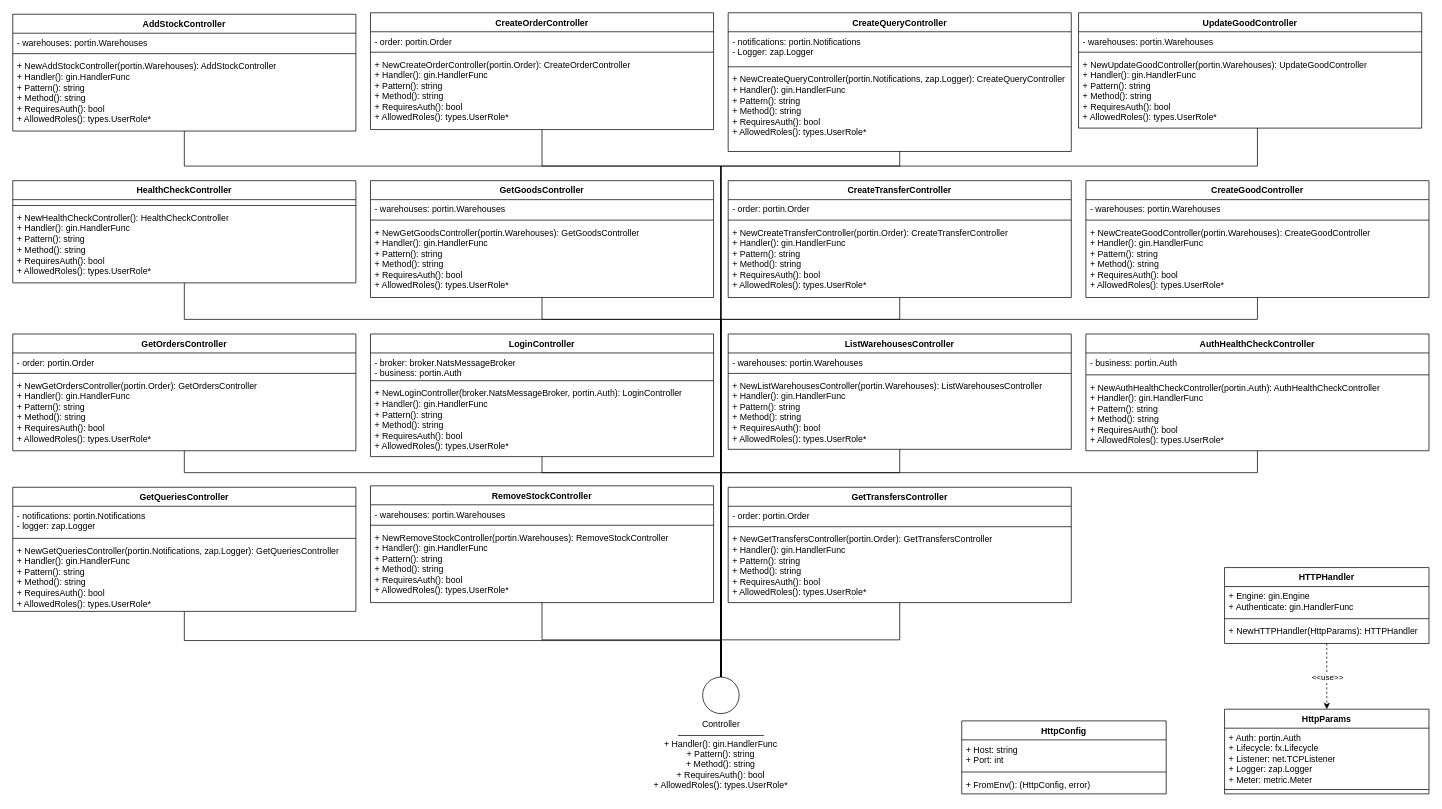
Above: page "adapterin" (3 of 4) of assets/drawio/apigateway.drawio in alimitedgroup/alimitedgroup.github.io (draw.io), before the change. Source tidied: cells renumbered, new cells numbered last; positions are measured from the earlier drawing's top-left corner, leaving out a move shared by most shapes. Both pictures are drawn from the tidied source at 73%, with x=0, y=0 at pixel (12, 12).
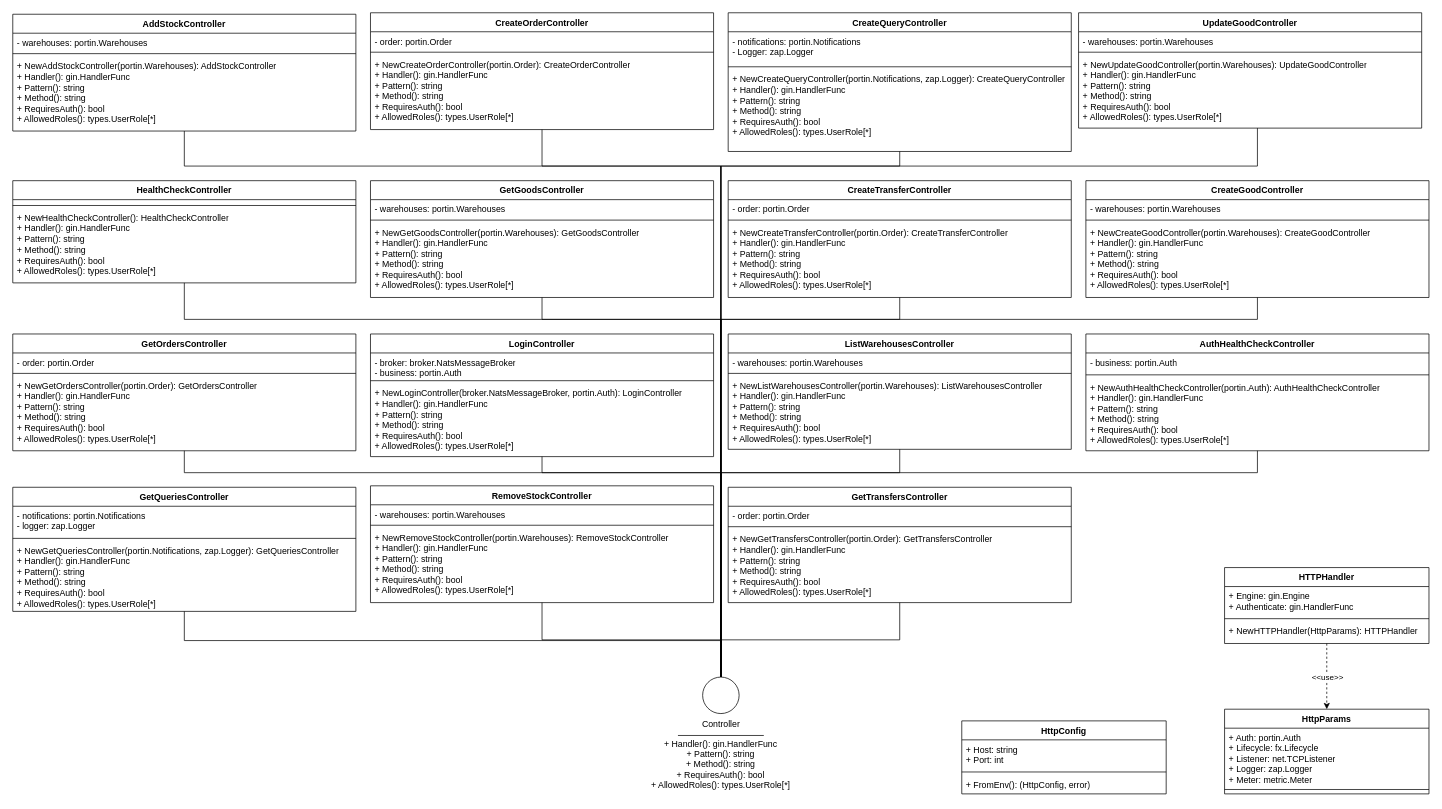
Above is the later version.

Unchanged cells that the change refers to:
```xml
<mxCell id="3" value="AddStockController" style="swimlane;fontStyle=1;align=center;verticalAlign=top;horizontal=1;startSize=26;whiteSpace=wrap;html=1;" parent="1" vertex="1">
  <mxGeometry y="2" width="470" height="160" as="geometry" />
</mxCell>
<mxCell id="8" value="CreateGoodController" style="swimlane;fontStyle=1;align=center;verticalAlign=top;horizontal=1;startSize=26;whiteSpace=wrap;html=1;" parent="1" vertex="1">
  <mxGeometry x="1470" y="230" width="470" height="160" as="geometry" />
</mxCell>
<mxCell id="13" value="CreateOrderController" style="swimlane;fontStyle=1;align=center;verticalAlign=top;horizontal=1;startSize=26;whiteSpace=wrap;html=1;" parent="1" vertex="1">
  <mxGeometry x="490" width="470" height="160" as="geometry" />
</mxCell>
<mxCell id="18" value="CreateQueryController" style="swimlane;fontStyle=1;align=center;verticalAlign=top;horizontal=1;startSize=26;whiteSpace=wrap;html=1;" parent="1" vertex="1">
  <mxGeometry x="980" width="470" height="190" as="geometry" />
</mxCell>
<mxCell id="23" value="CreateTransferController" style="swimlane;fontStyle=1;align=center;verticalAlign=top;horizontal=1;startSize=26;whiteSpace=wrap;html=1;" parent="1" vertex="1">
  <mxGeometry x="980" y="230" width="470" height="160" as="geometry" />
</mxCell>
<mxCell id="28" value="GetGoodsController" style="swimlane;fontStyle=1;align=center;verticalAlign=top;horizontal=1;startSize=26;whiteSpace=wrap;html=1;" parent="1" vertex="1">
  <mxGeometry x="490" y="230" width="470" height="160" as="geometry" />
</mxCell>
<mxCell id="33" value="HealthCheckController" style="swimlane;fontStyle=1;align=center;verticalAlign=top;horizontal=1;startSize=26;whiteSpace=wrap;html=1;" parent="1" vertex="1">
  <mxGeometry y="230" width="470" height="140" as="geometry" />
</mxCell>
<mxCell id="50" value="AuthHealthCheckController" style="swimlane;fontStyle=1;align=center;verticalAlign=top;horizontal=1;startSize=26;whiteSpace=wrap;html=1;" parent="1" vertex="1">
  <mxGeometry x="1470" y="440" width="470" height="160" as="geometry" />
</mxCell>
<mxCell id="55" value="ListWarehousesController" style="swimlane;fontStyle=1;align=center;verticalAlign=top;horizontal=1;startSize=26;whiteSpace=wrap;html=1;" parent="1" vertex="1">
  <mxGeometry x="980" y="440" width="470" height="158" as="geometry" />
</mxCell>
<mxCell id="60" value="LoginController" style="swimlane;fontStyle=1;align=center;verticalAlign=top;horizontal=1;startSize=26;whiteSpace=wrap;html=1;" parent="1" vertex="1">
  <mxGeometry x="490" y="440" width="470" height="168" as="geometry" />
</mxCell>
<mxCell id="65" value="GetOrdersController" style="swimlane;fontStyle=1;align=center;verticalAlign=top;horizontal=1;startSize=26;whiteSpace=wrap;html=1;" parent="1" vertex="1">
  <mxGeometry y="440" width="470" height="160" as="geometry" />
</mxCell>
<mxCell id="70" value="GetQueriesController" style="swimlane;fontStyle=1;align=center;verticalAlign=top;horizontal=1;startSize=26;whiteSpace=wrap;html=1;" parent="1" vertex="1">
  <mxGeometry y="650" width="470" height="170" as="geometry" />
</mxCell>
<mxCell id="75" value="RemoveStockController" style="swimlane;fontStyle=1;align=center;verticalAlign=top;horizontal=1;startSize=26;whiteSpace=wrap;html=1;" parent="1" vertex="1">
  <mxGeometry x="490" y="648" width="470" height="160" as="geometry" />
</mxCell>
<mxCell id="80" value="GetTransfersController" style="swimlane;fontStyle=1;align=center;verticalAlign=top;horizontal=1;startSize=26;whiteSpace=wrap;html=1;" parent="1" vertex="1">
  <mxGeometry x="980" y="650" width="470" height="158" as="geometry" />
</mxCell>
<mxCell id="85" value="UpdateGoodController" style="swimlane;fontStyle=1;align=center;verticalAlign=top;horizontal=1;startSize=26;whiteSpace=wrap;html=1;" parent="1" vertex="1">
  <mxGeometry x="1460" width="470" height="158" as="geometry" />
</mxCell>
```

Change to the diagram source:
```diff
@@
-    <mxCell id="6" value="+ NewAddStockController(portin.Warehouses): AddStockController&lt;br&gt;+ Handler(): gin.HandlerFunc&lt;br&gt;+ Pattern(): string&lt;br&gt;+ Method(): string&lt;br&gt;+ RequiresAuth(): bool&lt;br&gt;+ AllowedRoles(): types.UserRole*" style="text;strokeColor=none;fillColor=none;align=left;verticalAlign=top;spacingLeft=4;spacingRight=4;overflow=hidden;whiteSpace=wrap;html=1;" parent="3" vertex="1">
+    <mxCell id="6" value="+ NewAddStockController(portin.Warehouses): AddStockController&lt;br&gt;+ Handler(): gin.HandlerFunc&lt;br&gt;+ Pattern(): string&lt;br&gt;+ Method(): string&lt;br&gt;+ RequiresAuth(): bool&lt;br&gt;+ AllowedRoles(): types.UserRole[*]" style="text;strokeColor=none;fillColor=none;align=left;verticalAlign=top;spacingLeft=4;spacingRight=4;overflow=hidden;whiteSpace=wrap;html=1;" parent="3" vertex="1">
       <mxGeometry y="58" width="470" height="102" as="geometry" />
     </mxCell>
@@
-    <mxCell id="11" value="+ NewCreateGoodController(portin.Warehouses): CreateGoodController&lt;br&gt;+ Handler(): gin.HandlerFunc&lt;br&gt;+ Pattern(): string&lt;br&gt;+ Method(): string&lt;br&gt;+ RequiresAuth(): bool&lt;br&gt;+ AllowedRoles(): types.UserRole*" style="text;strokeColor=none;fillColor=none;align=left;verticalAlign=top;spacingLeft=4;spacingRight=4;overflow=hidden;whiteSpace=wrap;html=1;" parent="8" vertex="1">
+    <mxCell id="11" value="+ NewCreateGoodController(portin.Warehouses): CreateGoodController&lt;br&gt;+ Handler(): gin.HandlerFunc&lt;br&gt;+ Pattern(): string&lt;br&gt;+ Method(): string&lt;br&gt;+ RequiresAuth(): bool&lt;br&gt;+ AllowedRoles(): types.UserRole[*]" style="text;strokeColor=none;fillColor=none;align=left;verticalAlign=top;spacingLeft=4;spacingRight=4;overflow=hidden;whiteSpace=wrap;html=1;" parent="8" vertex="1">
       <mxGeometry y="58" width="470" height="102" as="geometry" />
     </mxCell>
@@
-    <mxCell id="16" value="+ NewCreateOrderController(portin.Order): CreateOrderController&lt;br&gt;+ Handler(): gin.HandlerFunc&lt;br&gt;+ Pattern(): string&lt;br&gt;+ Method(): string&lt;br&gt;+ RequiresAuth(): bool&lt;br&gt;+ AllowedRoles(): types.UserRole*" style="text;strokeColor=none;fillColor=none;align=left;verticalAlign=top;spacingLeft=4;spacingRight=4;overflow=hidden;whiteSpace=wrap;html=1;" parent="13" vertex="1">
+    <mxCell id="16" value="+ NewCreateOrderController(portin.Order): CreateOrderController&lt;br&gt;+ Handler(): gin.HandlerFunc&lt;br&gt;+ Pattern(): string&lt;br&gt;+ Method(): string&lt;br&gt;+ RequiresAuth(): bool&lt;br&gt;+ AllowedRoles(): types.UserRole[*]" style="text;strokeColor=none;fillColor=none;align=left;verticalAlign=top;spacingLeft=4;spacingRight=4;overflow=hidden;whiteSpace=wrap;html=1;" parent="13" vertex="1">
       <mxGeometry y="58" width="470" height="102" as="geometry" />
     </mxCell>
@@
-    <mxCell id="21" value="+ NewCreateQueryController(portin.Notifications, zap.Logger): CreateQueryController&lt;br&gt;+ Handler(): gin.HandlerFunc&lt;br&gt;+ Pattern(): string&lt;br&gt;+ Method(): string&lt;br&gt;+ RequiresAuth(): bool&lt;br&gt;+ AllowedRoles(): types.UserRole*" style="text;strokeColor=none;fillColor=none;align=left;verticalAlign=top;spacingLeft=4;spacingRight=4;overflow=hidden;whiteSpace=wrap;html=1;" parent="18" vertex="1">
+    <mxCell id="21" value="+ NewCreateQueryController(portin.Notifications, zap.Logger): CreateQueryController&lt;br&gt;+ Handler(): gin.HandlerFunc&lt;br&gt;+ Pattern(): string&lt;br&gt;+ Method(): string&lt;br&gt;+ RequiresAuth(): bool&lt;br&gt;+ AllowedRoles(): types.UserRole[*]" style="text;strokeColor=none;fillColor=none;align=left;verticalAlign=top;spacingLeft=4;spacingRight=4;overflow=hidden;whiteSpace=wrap;html=1;" parent="18" vertex="1">
       <mxGeometry y="78" width="470" height="112" as="geometry" />
     </mxCell>
@@
-    <mxCell id="26" value="+ NewCreateTransferController(portin.Order): CreateTransferController&lt;br&gt;+ Handler(): gin.HandlerFunc&lt;br&gt;+ Pattern(): string&lt;br&gt;+ Method(): string&lt;br&gt;+ RequiresAuth(): bool&lt;br&gt;+ AllowedRoles(): types.UserRole*" style="text;strokeColor=none;fillColor=none;align=left;verticalAlign=top;spacingLeft=4;spacingRight=4;overflow=hidden;whiteSpace=wrap;html=1;" parent="23" vertex="1">
+    <mxCell id="26" value="+ NewCreateTransferController(portin.Order): CreateTransferController&lt;br&gt;+ Handler(): gin.HandlerFunc&lt;br&gt;+ Pattern(): string&lt;br&gt;+ Method(): string&lt;br&gt;+ RequiresAuth(): bool&lt;br&gt;+ AllowedRoles(): types.UserRole[*]" style="text;strokeColor=none;fillColor=none;align=left;verticalAlign=top;spacingLeft=4;spacingRight=4;overflow=hidden;whiteSpace=wrap;html=1;" parent="23" vertex="1">
       <mxGeometry y="58" width="470" height="102" as="geometry" />
     </mxCell>
@@
-    <mxCell id="31" value="+ NewGetGoodsController(portin.Warehouses): GetGoodsController&lt;br&gt;+ Handler(): gin.HandlerFunc&lt;br&gt;+ Pattern(): string&lt;br&gt;+ Method(): string&lt;br&gt;+ RequiresAuth(): bool&lt;br&gt;+ AllowedRoles(): types.UserRole*" style="text;strokeColor=none;fillColor=none;align=left;verticalAlign=top;spacingLeft=4;spacingRight=4;overflow=hidden;whiteSpace=wrap;html=1;" parent="28" vertex="1">
+    <mxCell id="31" value="+ NewGetGoodsController(portin.Warehouses): GetGoodsController&lt;br&gt;+ Handler(): gin.HandlerFunc&lt;br&gt;+ Pattern(): string&lt;br&gt;+ Method(): string&lt;br&gt;+ RequiresAuth(): bool&lt;br&gt;+ AllowedRoles(): types.UserRole[*]" style="text;strokeColor=none;fillColor=none;align=left;verticalAlign=top;spacingLeft=4;spacingRight=4;overflow=hidden;whiteSpace=wrap;html=1;" parent="28" vertex="1">
       <mxGeometry y="58" width="470" height="102" as="geometry" />
     </mxCell>
@@
-    <mxCell id="36" value="+ NewHealthCheckController(): HealthCheckController&lt;br&gt;+ Handler(): gin.HandlerFunc&lt;br&gt;+ Pattern(): string&lt;br&gt;+ Method(): string&lt;br&gt;+ RequiresAuth(): bool&lt;br&gt;+ AllowedRoles(): types.UserRole*" style="text;strokeColor=none;fillColor=none;align=left;verticalAlign=top;spacingLeft=4;spacingRight=4;overflow=hidden;whiteSpace=wrap;html=1;" parent="33" vertex="1">
+    <mxCell id="36" value="+ NewHealthCheckController(): HealthCheckController&lt;br&gt;+ Handler(): gin.HandlerFunc&lt;br&gt;+ Pattern(): string&lt;br&gt;+ Method(): string&lt;br&gt;+ RequiresAuth(): bool&lt;br&gt;+ AllowedRoles(): types.UserRole[*]" style="text;strokeColor=none;fillColor=none;align=left;verticalAlign=top;spacingLeft=4;spacingRight=4;overflow=hidden;whiteSpace=wrap;html=1;" parent="33" vertex="1">
       <mxGeometry y="38" width="470" height="102" as="geometry" />
     </mxCell>
@@
-    <mxCell id="53" value="+ NewAuthHealthCheckController(portin.Auth): AuthHealthCheckController&lt;br&gt;+ Handler(): gin.HandlerFunc&lt;br&gt;+ Pattern(): string&lt;br&gt;+ Method(): string&lt;br&gt;+ RequiresAuth(): bool&lt;br&gt;+ AllowedRoles(): types.UserRole*" style="text;strokeColor=none;fillColor=none;align=left;verticalAlign=top;spacingLeft=4;spacingRight=4;overflow=hidden;whiteSpace=wrap;html=1;" parent="50" vertex="1">
+    <mxCell id="53" value="+ NewAuthHealthCheckController(portin.Auth): AuthHealthCheckController&lt;br&gt;+ Handler(): gin.HandlerFunc&lt;br&gt;+ Pattern(): string&lt;br&gt;+ Method(): string&lt;br&gt;+ RequiresAuth(): bool&lt;br&gt;+ AllowedRoles(): types.UserRole[*]" style="text;strokeColor=none;fillColor=none;align=left;verticalAlign=top;spacingLeft=4;spacingRight=4;overflow=hidden;whiteSpace=wrap;html=1;" parent="50" vertex="1">
       <mxGeometry y="60" width="470" height="100" as="geometry" />
     </mxCell>
@@
-    <mxCell id="58" value="+ NewListWarehousesController(portin.Warehouses): ListWarehousesController&lt;br&gt;+ Handler(): gin.HandlerFunc&lt;br&gt;+ Pattern(): string&lt;br&gt;+ Method(): string&lt;br&gt;+ RequiresAuth(): bool&lt;br&gt;+ AllowedRoles(): types.UserRole*" style="text;strokeColor=none;fillColor=none;align=left;verticalAlign=top;spacingLeft=4;spacingRight=4;overflow=hidden;whiteSpace=wrap;html=1;" parent="55" vertex="1">
+    <mxCell id="58" value="+ NewListWarehousesController(portin.Warehouses): ListWarehousesController&lt;br&gt;+ Handler(): gin.HandlerFunc&lt;br&gt;+ Pattern(): string&lt;br&gt;+ Method(): string&lt;br&gt;+ RequiresAuth(): bool&lt;br&gt;+ AllowedRoles(): types.UserRole[*]" style="text;strokeColor=none;fillColor=none;align=left;verticalAlign=top;spacingLeft=4;spacingRight=4;overflow=hidden;whiteSpace=wrap;html=1;" parent="55" vertex="1">
       <mxGeometry y="58" width="470" height="100" as="geometry" />
     </mxCell>
@@
-    <mxCell id="63" value="+ NewLoginController(broker.NatsMessageBroker, portin.Auth): LoginController&lt;br&gt;+ Handler(): gin.HandlerFunc&lt;br&gt;+ Pattern(): string&lt;br&gt;+ Method(): string&lt;br&gt;+ RequiresAuth(): bool&lt;br&gt;+ AllowedRoles(): types.UserRole*" style="text;strokeColor=none;fillColor=none;align=left;verticalAlign=top;spacingLeft=4;spacingRight=4;overflow=hidden;whiteSpace=wrap;html=1;" parent="60" vertex="1">
+    <mxCell id="63" value="+ NewLoginController(broker.NatsMessageBroker, portin.Auth): LoginController&lt;br&gt;+ Handler(): gin.HandlerFunc&lt;br&gt;+ Pattern(): string&lt;br&gt;+ Method(): string&lt;br&gt;+ RequiresAuth(): bool&lt;br&gt;+ AllowedRoles(): types.UserRole[*]" style="text;strokeColor=none;fillColor=none;align=left;verticalAlign=top;spacingLeft=4;spacingRight=4;overflow=hidden;whiteSpace=wrap;html=1;" parent="60" vertex="1">
       <mxGeometry y="68" width="470" height="100" as="geometry" />
     </mxCell>
@@
-    <mxCell id="68" value="+ NewGetOrdersController(portin.Order): GetOrdersController&lt;br&gt;+ Handler(): gin.HandlerFunc&lt;br&gt;+ Pattern(): string&lt;br&gt;+ Method(): string&lt;br&gt;+ RequiresAuth(): bool&lt;br&gt;+ AllowedRoles(): types.UserRole*" style="text;strokeColor=none;fillColor=none;align=left;verticalAlign=top;spacingLeft=4;spacingRight=4;overflow=hidden;whiteSpace=wrap;html=1;" parent="65" vertex="1">
+    <mxCell id="68" value="+ NewGetOrdersController(portin.Order): GetOrdersController&lt;br&gt;+ Handler(): gin.HandlerFunc&lt;br&gt;+ Pattern(): string&lt;br&gt;+ Method(): string&lt;br&gt;+ RequiresAuth(): bool&lt;br&gt;+ AllowedRoles(): types.UserRole[*]" style="text;strokeColor=none;fillColor=none;align=left;verticalAlign=top;spacingLeft=4;spacingRight=4;overflow=hidden;whiteSpace=wrap;html=1;" parent="65" vertex="1">
       <mxGeometry y="58" width="470" height="102" as="geometry" />
     </mxCell>
@@
-    <mxCell id="73" value="+ NewGetQueriesController(portin.Notifications, zap.Logger): GetQueriesController&lt;br&gt;+ Handler(): gin.HandlerFunc&lt;br&gt;+ Pattern(): string&lt;br&gt;+ Method(): string&lt;br&gt;+ RequiresAuth(): bool&lt;br&gt;+ AllowedRoles(): types.UserRole*" style="text;strokeColor=none;fillColor=none;align=left;verticalAlign=top;spacingLeft=4;spacingRight=4;overflow=hidden;whiteSpace=wrap;html=1;" parent="70" vertex="1">
+    <mxCell id="73" value="+ NewGetQueriesController(portin.Notifications, zap.Logger): GetQueriesController&lt;br&gt;+ Handler(): gin.HandlerFunc&lt;br&gt;+ Pattern(): string&lt;br&gt;+ Method(): string&lt;br&gt;+ RequiresAuth(): bool&lt;br&gt;+ AllowedRoles(): types.UserRole[*]" style="text;strokeColor=none;fillColor=none;align=left;verticalAlign=top;spacingLeft=4;spacingRight=4;overflow=hidden;whiteSpace=wrap;html=1;" parent="70" vertex="1">
       <mxGeometry y="74" width="470" height="96" as="geometry" />
     </mxCell>
@@
-    <mxCell id="78" value="+ NewRemoveStockController(portin.Warehouses): RemoveStockController&lt;br&gt;+ Handler(): gin.HandlerFunc&lt;br&gt;+ Pattern(): string&lt;br&gt;+ Method(): string&lt;br&gt;+ RequiresAuth(): bool&lt;br&gt;+ AllowedRoles(): types.UserRole*" style="text;strokeColor=none;fillColor=none;align=left;verticalAlign=top;spacingLeft=4;spacingRight=4;overflow=hidden;whiteSpace=wrap;html=1;" parent="75" vertex="1">
+    <mxCell id="78" value="+ NewRemoveStockController(portin.Warehouses): RemoveStockController&lt;br&gt;+ Handler(): gin.HandlerFunc&lt;br&gt;+ Pattern(): string&lt;br&gt;+ Method(): string&lt;br&gt;+ RequiresAuth(): bool&lt;br&gt;+ AllowedRoles(): types.UserRole[*]" style="text;strokeColor=none;fillColor=none;align=left;verticalAlign=top;spacingLeft=4;spacingRight=4;overflow=hidden;whiteSpace=wrap;html=1;" parent="75" vertex="1">
       <mxGeometry y="58" width="470" height="102" as="geometry" />
     </mxCell>
@@
-    <mxCell id="83" value="+ NewGetTransfersController(portin.Order): GetTransfersController&lt;br&gt;+ Handler(): gin.HandlerFunc&lt;br&gt;+ Pattern(): string&lt;br&gt;+ Method(): string&lt;br&gt;+ RequiresAuth(): bool&lt;br&gt;+ AllowedRoles(): types.UserRole*" style="text;strokeColor=none;fillColor=none;align=left;verticalAlign=top;spacingLeft=4;spacingRight=4;overflow=hidden;whiteSpace=wrap;html=1;" parent="80" vertex="1">
+    <mxCell id="83" value="+ NewGetTransfersController(portin.Order): GetTransfersController&lt;br&gt;+ Handler(): gin.HandlerFunc&lt;br&gt;+ Pattern(): string&lt;br&gt;+ Method(): string&lt;br&gt;+ RequiresAuth(): bool&lt;br&gt;+ AllowedRoles(): types.UserRole[*]" style="text;strokeColor=none;fillColor=none;align=left;verticalAlign=top;spacingLeft=4;spacingRight=4;overflow=hidden;whiteSpace=wrap;html=1;" parent="80" vertex="1">
       <mxGeometry y="58" width="470" height="100" as="geometry" />
     </mxCell>
@@
-    <mxCell id="88" value="+ NewUpdateGoodController(portin.Warehouses): UpdateGoodController&lt;br&gt;+ Handler(): gin.HandlerFunc&lt;br&gt;+ Pattern(): string&lt;br&gt;+ Method(): string&lt;br&gt;+ RequiresAuth(): bool&lt;br&gt;+ AllowedRoles(): types.UserRole*" style="text;strokeColor=none;fillColor=none;align=left;verticalAlign=top;spacingLeft=4;spacingRight=4;overflow=hidden;whiteSpace=wrap;html=1;" parent="85" vertex="1">
+    <mxCell id="88" value="+ NewUpdateGoodController(portin.Warehouses): UpdateGoodController&lt;br&gt;+ Handler(): gin.HandlerFunc&lt;br&gt;+ Pattern(): string&lt;br&gt;+ Method(): string&lt;br&gt;+ RequiresAuth(): bool&lt;br&gt;+ AllowedRoles(): types.UserRole[*]" style="text;strokeColor=none;fillColor=none;align=left;verticalAlign=top;spacingLeft=4;spacingRight=4;overflow=hidden;whiteSpace=wrap;html=1;" parent="85" vertex="1">
       <mxGeometry y="58" width="470" height="100" as="geometry" />
     </mxCell>
@@
-    <mxCell id="92" value="+ Handler(): gin.HandlerFunc&lt;br&gt;+ Pattern(): string&lt;br&gt;+ Method(): string&lt;br&gt;+ RequiresAuth(): bool&lt;br&gt;+ AllowedRoles(): types.UserRole*" style="text;html=1;align=center;verticalAlign=middle;whiteSpace=wrap;rounded=0;" parent="1" vertex="1">
+    <mxCell id="92" value="+ Handler(): gin.HandlerFunc&lt;br&gt;+ Pattern(): string&lt;br&gt;+ Method(): string&lt;br&gt;+ RequiresAuth(): bool&lt;br&gt;+ AllowedRoles(): types.UserRole[*]" style="text;html=1;align=center;verticalAlign=middle;whiteSpace=wrap;rounded=0;" parent="1" vertex="1">
       <mxGeometry x="870" y="990" width="200" height="80" as="geometry" />
     </mxCell>
```
